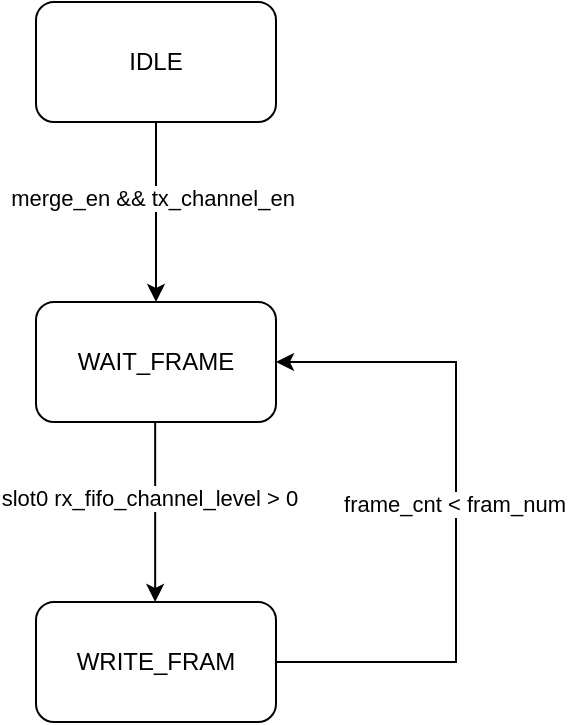
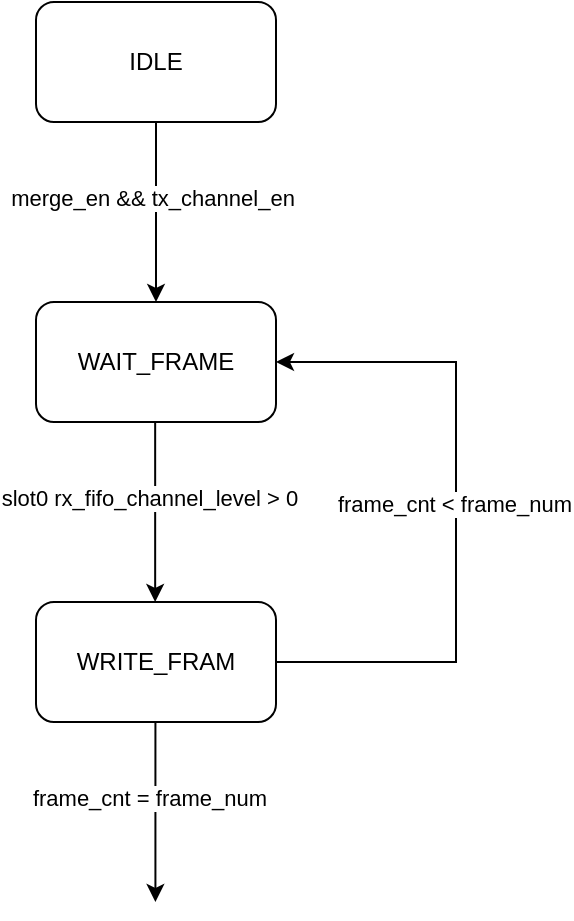
<mxfile host="app.diagrams.net">
  <diagram name="第 1 页" id="XjHAFqP7SQ1ti1ibUdli">
    <mxGraphModel dx="808" dy="455" grid="1" gridSize="10" guides="1" tooltips="1" connect="1" arrows="1" fold="1" page="1" pageScale="1" pageWidth="827" pageHeight="1169" math="0" shadow="0">
      <root>
        <mxCell id="0" />
        <mxCell id="1" parent="0" />
        <mxCell id="F9P4_Q8i71CQrRzi8wBo-1" parent="1" style="rounded=1;whiteSpace=wrap;html=1;" value="IDLE" vertex="1">
          <mxGeometry height="60" width="120" x="330" y="60" as="geometry" />
        </mxCell>
        <mxCell id="F9P4_Q8i71CQrRzi8wBo-2" edge="1" parent="1" source="F9P4_Q8i71CQrRzi8wBo-1" style="endArrow=classic;html=1;rounded=0;exitX=0.5;exitY=1;exitDx=0;exitDy=0;" value="">
          <mxGeometry height="50" relative="1" width="50" as="geometry">
            <mxPoint x="400" y="240" as="sourcePoint" />
            <mxPoint x="390" y="210" as="targetPoint" />
          </mxGeometry>
        </mxCell>
        <mxCell id="F9P4_Q8i71CQrRzi8wBo-3" connectable="0" parent="F9P4_Q8i71CQrRzi8wBo-2" style="edgeLabel;html=1;align=center;verticalAlign=middle;resizable=0;points=[];" value="merge_en &amp;amp;&amp;amp; tx_channel_en" vertex="1">
          <mxGeometry relative="1" x="-0.163" y="-2" as="geometry">
            <mxPoint as="offset" />
          </mxGeometry>
        </mxCell>
        <mxCell id="F9P4_Q8i71CQrRzi8wBo-4" parent="1" style="rounded=1;whiteSpace=wrap;html=1;" value="WAIT_FRAME" vertex="1">
          <mxGeometry height="60" width="120" x="330" y="210" as="geometry" />
        </mxCell>
        <mxCell id="F9P4_Q8i71CQrRzi8wBo-5" edge="1" parent="1" style="endArrow=classic;html=1;rounded=0;exitX=0.5;exitY=1;exitDx=0;exitDy=0;" value="">
          <mxGeometry height="50" relative="1" width="50" as="geometry">
            <mxPoint x="389.58" y="270" as="sourcePoint" />
            <mxPoint x="389.58" y="360" as="targetPoint" />
          </mxGeometry>
        </mxCell>
        <mxCell id="F9P4_Q8i71CQrRzi8wBo-6" connectable="0" parent="F9P4_Q8i71CQrRzi8wBo-5" style="edgeLabel;html=1;align=center;verticalAlign=middle;resizable=0;points=[];" value="slot0 rx_fifo_channel_level &amp;gt; 0&amp;nbsp;" vertex="1">
          <mxGeometry relative="1" x="-0.163" y="-2" as="geometry">
            <mxPoint as="offset" />
          </mxGeometry>
        </mxCell>
        <mxCell id="F9P4_Q8i71CQrRzi8wBo-7" parent="1" style="rounded=1;whiteSpace=wrap;html=1;" value="WRITE_FRAM" vertex="1">
          <mxGeometry height="60" width="120" x="330" y="360" as="geometry" />
        </mxCell>
        <mxCell id="F9P4_Q8i71CQrRzi8wBo-8" edge="1" parent="1" source="F9P4_Q8i71CQrRzi8wBo-7" style="endArrow=classic;html=1;rounded=0;exitX=1;exitY=0.5;exitDx=0;exitDy=0;entryX=1;entryY=0.5;entryDx=0;entryDy=0;edgeStyle=orthogonalEdgeStyle;" target="F9P4_Q8i71CQrRzi8wBo-4" value="">
          <mxGeometry height="50" relative="1" width="50" as="geometry">
            <Array as="points">
              <mxPoint x="540" y="390" />
              <mxPoint x="540" y="240" />
            </Array>
            <mxPoint x="490" y="400" as="sourcePoint" />
            <mxPoint x="540" y="350" as="targetPoint" />
          </mxGeometry>
        </mxCell>
-         <mxCell id="F9P4_Q8i71CQrRzi8wBo-9" connectable="0" parent="F9P4_Q8i71CQrRzi8wBo-8" style="edgeLabel;html=1;align=center;verticalAlign=middle;resizable=0;points=[];" value="frame_cnt &amp;lt; fram_num" vertex="1">
+         <mxCell id="F9P4_Q8i71CQrRzi8wBo-9" connectable="0" parent="F9P4_Q8i71CQrRzi8wBo-8" style="edgeLabel;html=1;align=center;verticalAlign=middle;resizable=0;points=[];" value="frame_cnt &amp;lt; frame_num" vertex="1">
          <mxGeometry relative="1" x="0.0261" y="1" as="geometry">
+             <mxPoint as="offset" />
+           </mxGeometry>
+         </mxCell>
+         <mxCell id="F9P4_Q8i71CQrRzi8wBo-10" edge="1" parent="1" style="endArrow=classic;html=1;rounded=0;exitX=0.5;exitY=1;exitDx=0;exitDy=0;" value="">
+           <mxGeometry height="50" relative="1" width="50" as="geometry">
+             <mxPoint x="389.71" y="420" as="sourcePoint" />
+             <mxPoint x="389.71" y="510" as="targetPoint" />
+           </mxGeometry>
+         </mxCell>
+         <mxCell id="F9P4_Q8i71CQrRzi8wBo-11" connectable="0" parent="F9P4_Q8i71CQrRzi8wBo-10" style="edgeLabel;html=1;align=center;verticalAlign=middle;resizable=0;points=[];" value="frame_cnt = frame_num&amp;nbsp;" vertex="1">
+           <mxGeometry relative="1" x="-0.163" y="-2" as="geometry">
            <mxPoint as="offset" />
          </mxGeometry>
        </mxCell>
      </root>
    </mxGraphModel>
  </diagram>
</mxfile>
